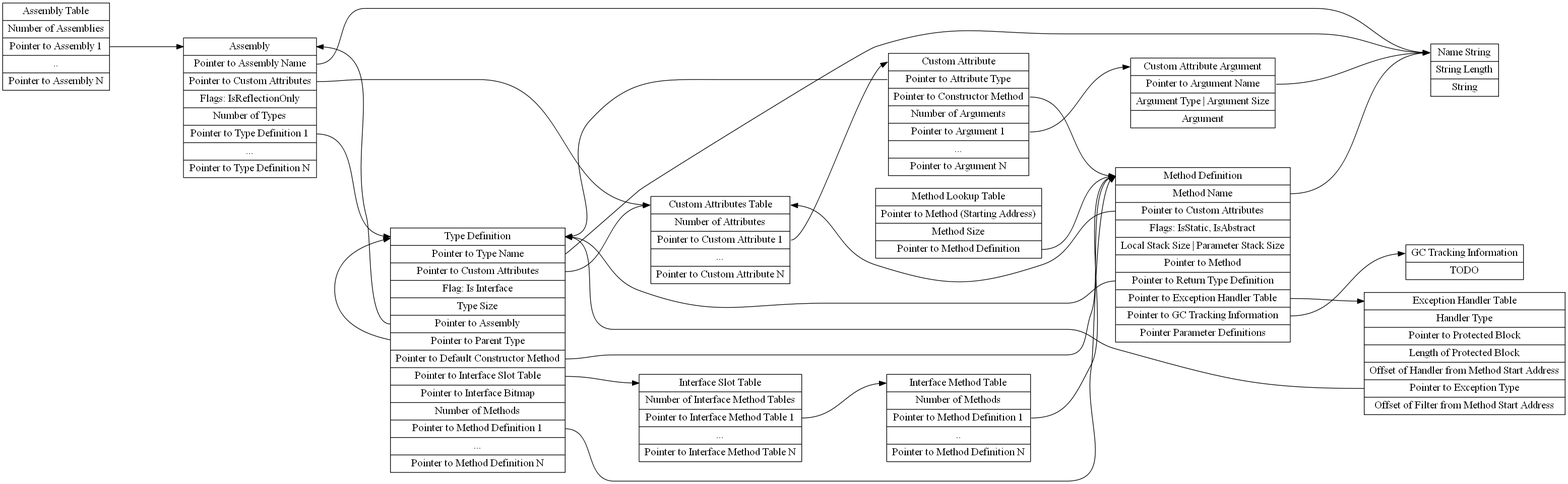
Above: Docs/MOSA-Runtime-Tables.png in mosa/MOSA-Project (Graphviz), before the change. Its source is kept beside it as Docs/MOSA-Runtime-Tables.gv.
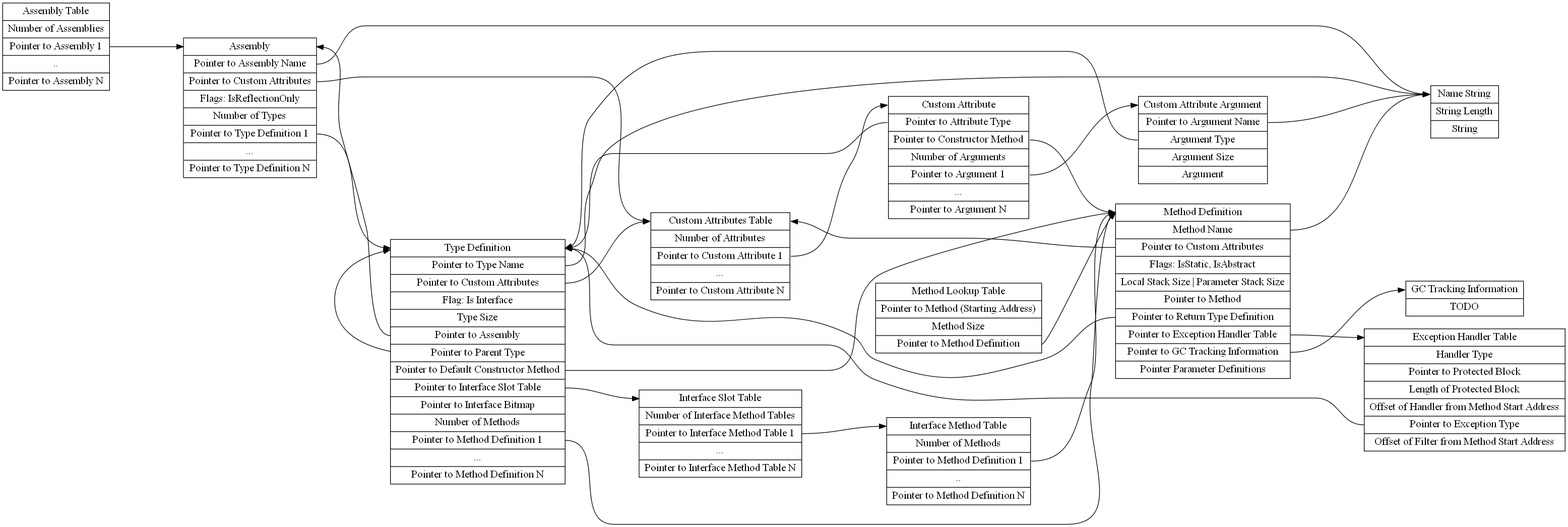
The same file after the commit.

Commit message:
- Updated metadata diagram to match current custom attribute structure

The edit, as a diff of the source:
```diff
@@ -71,7 +71,7 @@
 ];
 
 "CustomAttributeArgument" [
-label = "<f0>Custom Attribute Argument|<f1>Pointer to Argument Name|<f2>Argument Type \| Argument Size|<f3>Argument"
+label = "<f0>Custom Attribute Argument|<f1>Pointer to Argument Name|<f2>Argument Type | Argument Size|<f3>Argument"
 shape = "record"
 ];
 
@@ -92,6 +92,10 @@
 ];
 
 "CustomAttributeArgument":f1 -> "NameString":f0 [
+id = 0
+];
+
+"CustomAttributeArgument":f2 -> "TypeDefinition":f0 [
 id = 0
 ];
 
```
